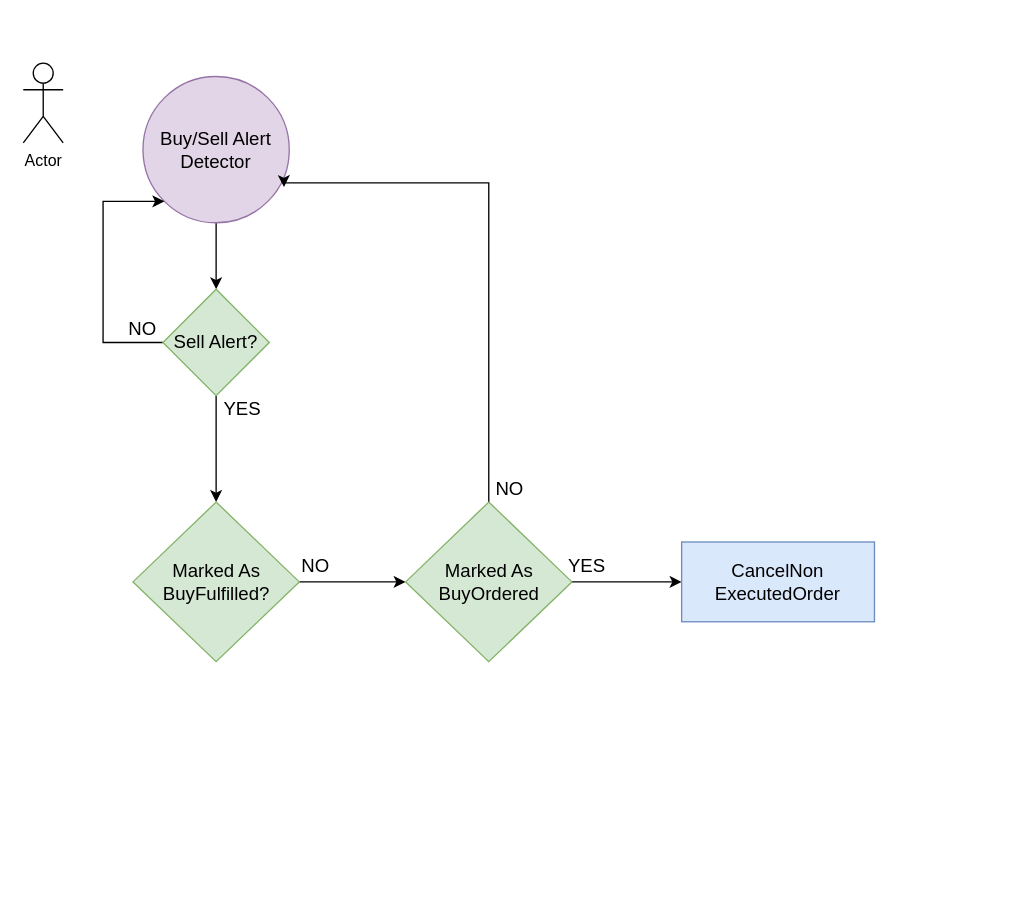
Before: SuperTrend.drawio in haroonjoblo/fulljs, a draw.io diagram. Source tidied: cells renumbered, new cells numbered last; positions are measured from the earlier drawing's top-left corner, leaving out a move shared by most shapes. Both pictures are drawn from the tidied source at 133%, with x=0, y=0 at pixel (23, 63).
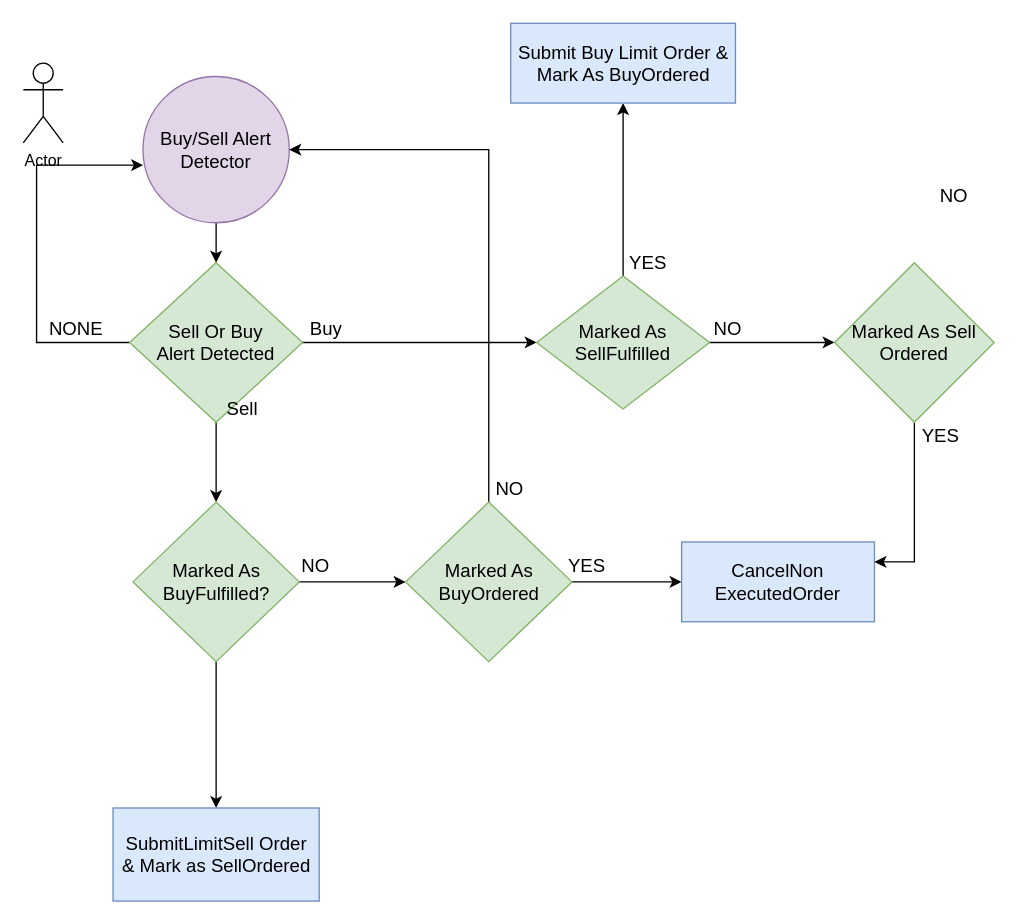
After the change.

Unchanged cells that the change refers to:
```xml
<mxCell id="4" value="&lt;span style=&quot;font-size: 14px;&quot;&gt;Buy/Sell Alert Detector&lt;/span&gt;" style="ellipse;whiteSpace=wrap;html=1;fillColor=#e1d5e7;strokeColor=#9673a6;fontSize=14;" parent="1" vertex="1">
  <mxGeometry x="90" y="10" width="110" height="110" as="geometry" />
</mxCell>
<mxCell id="11" value="Marked As BuyFulfilled?" style="rhombus;whiteSpace=wrap;html=1;strokeColor=#82b366;fillColor=#d5e8d4;fontSize=14;" parent="1" vertex="1">
  <mxGeometry x="82.5" y="330" width="125" height="120" as="geometry" />
</mxCell>
<mxCell id="15" value="Marked As BuyOrdered" style="rhombus;whiteSpace=wrap;html=1;strokeColor=#82b366;fillColor=#d5e8d4;fontSize=14;" parent="1" vertex="1">
  <mxGeometry x="287.5" y="330" width="125" height="120" as="geometry" />
</mxCell>
<mxCell id="16" value="CancelNon ExecutedOrder" style="whiteSpace=wrap;html=1;fontSize=14;strokeColor=#6c8ebf;fillColor=#dae8fc;" parent="1" vertex="1">
  <mxGeometry x="495" y="360" width="145" height="60" as="geometry" />
</mxCell>
```

Diff of the diagram source:
```diff
@@
-    <mxCell id="5" style="edgeStyle=orthogonalEdgeStyle;rounded=0;jettySize=auto;html=1;entryX=0;entryY=1;entryDx=0;entryDy=0;" parent="1" edge="1" source="7" target="4">
+    <mxCell id="5" style="edgeStyle=orthogonalEdgeStyle;rounded=0;jettySize=auto;html=1;entryX=0.001;entryY=0.606;entryDx=0;entryDy=0;entryPerimeter=0;" parent="1" edge="1" source="7" target="4">
       <mxGeometry relative="1" as="geometry">
         <Array as="points">
-          <mxPoint x="60" y="210" />
-          <mxPoint x="60" y="104" />
+          <mxPoint x="10" y="210" />
+          <mxPoint x="10" y="77" />
         </Array>
       </mxGeometry>
     </mxCell>
@@
+    <mxCell id="19" style="edgeStyle=orthogonalEdgeStyle;rounded=0;jettySize=auto;html=1;fontSize=14;" parent="1" edge="1" source="7" target="24">
+      <mxGeometry relative="1" as="geometry" />
+    </mxCell>
-    <mxCell id="7" value="Sell Alert?" style="rhombus;whiteSpace=wrap;html=1;strokeColor=#82b366;fillColor=#d5e8d4;fontSize=14;" parent="1" vertex="1">
-      <mxGeometry x="105" y="170" width="80" height="80" as="geometry" />
+    <mxCell id="7" value="Sell Or Buy &lt;br&gt;Alert Detected" style="rhombus;whiteSpace=wrap;html=1;strokeColor=#82b366;fillColor=#d5e8d4;fontSize=14;" parent="1" vertex="1">
+      <mxGeometry x="80" y="150" width="130" height="120" as="geometry" />
     </mxCell>
-    <mxCell id="8" value="NO" style="text;html=1;strokeColor=none;fillColor=none;align=center;verticalAlign=middle;whiteSpace=wrap;rounded=0;fontSize=14;" parent="1" vertex="1">
-      <mxGeometry x="70" y="190" width="40" height="20" as="geometry" />
+    <mxCell id="8" value="NONE" style="text;html=1;strokeColor=none;fillColor=none;align=center;verticalAlign=middle;whiteSpace=wrap;rounded=0;fontSize=14;" parent="1" vertex="1">
+      <mxGeometry x="20" y="190" width="40" height="20" as="geometry" />
     </mxCell>
-    <mxCell id="9" value="YES" style="text;html=1;strokeColor=none;fillColor=none;align=center;verticalAlign=middle;whiteSpace=wrap;rounded=0;fontSize=14;" parent="1" vertex="1">
+    <mxCell id="9" value="Sell" style="text;html=1;strokeColor=none;fillColor=none;align=center;verticalAlign=middle;whiteSpace=wrap;rounded=0;fontSize=14;" parent="1" vertex="1">
       <mxGeometry x="145" y="250" width="40" height="20" as="geometry" />
     </mxCell>
@@
+    <mxCell id="20" style="edgeStyle=orthogonalEdgeStyle;rounded=0;jettySize=auto;html=1;fontSize=14;" parent="1" edge="1" source="11" target="21">
+      <mxGeometry relative="1" as="geometry" />
+    </mxCell>
@@
-    <mxCell id="14" style="edgeStyle=orthogonalEdgeStyle;rounded=0;jettySize=auto;html=1;fontSize=14;entryX=0.964;entryY=0.756;entryDx=0;entryDy=0;entryPerimeter=0;" parent="1" edge="1" source="15" target="4">
+    <mxCell id="14" style="edgeStyle=orthogonalEdgeStyle;rounded=0;jettySize=auto;html=1;fontSize=14;entryX=1;entryY=0.5;entryDx=0;entryDy=0;" parent="1" edge="1" source="15" target="4">
       <mxGeometry relative="1" as="geometry">
         <Array as="points">
-          <mxPoint x="350" y="90" />
-          <mxPoint x="196" y="90" />
+          <mxPoint x="350" y="65" />
         </Array>
       </mxGeometry>
     </mxCell>
@@
+    <mxCell id="21" value="SubmitLimitSell Order&lt;br&gt;&amp;amp; Mark as SellOrdered" style="whiteSpace=wrap;html=1;fontSize=14;strokeColor=#6c8ebf;fillColor=#dae8fc;" parent="1" vertex="1">
+      <mxGeometry x="67.5" y="560" width="155" height="70" as="geometry" />
+    </mxCell>
+    <mxCell id="22" style="edgeStyle=orthogonalEdgeStyle;rounded=0;jettySize=auto;html=1;fontSize=14;" parent="1" edge="1" source="24" target="27">
+      <mxGeometry relative="1" as="geometry" />
+    </mxCell>
+    <mxCell id="23" style="edgeStyle=orthogonalEdgeStyle;rounded=0;jettySize=auto;html=1;fontSize=14;" parent="1" edge="1" source="24" target="29">
+      <mxGeometry relative="1" as="geometry" />
+    </mxCell>
+    <mxCell id="24" value="Marked As SellFulfilled" style="rhombus;whiteSpace=wrap;html=1;strokeColor=#82b366;fillColor=#d5e8d4;fontSize=14;" parent="1" vertex="1">
+      <mxGeometry x="386" y="160" width="130" height="100" as="geometry" />
+    </mxCell>
+    <mxCell id="25" value="Buy" style="text;html=1;strokeColor=none;fillColor=none;align=center;verticalAlign=middle;whiteSpace=wrap;rounded=0;fontSize=14;" parent="1" vertex="1">
+      <mxGeometry x="207.5" y="190" width="40" height="20" as="geometry" />
+    </mxCell>
+    <mxCell id="26" style="edgeStyle=orthogonalEdgeStyle;rounded=0;jettySize=auto;html=1;entryX=1;entryY=0.25;entryDx=0;entryDy=0;fontSize=14;" parent="1" edge="1" source="27" target="16">
+      <mxGeometry relative="1" as="geometry" />
+    </mxCell>
+    <mxCell id="27" value="Marked As Sell Ordered" style="rhombus;whiteSpace=wrap;html=1;fontSize=14;strokeColor=#82b366;fillColor=#d5e8d4;" parent="1" vertex="1">
+      <mxGeometry x="610" y="150" width="120" height="120" as="geometry" />
+    </mxCell>
+    <mxCell id="28" value="NO" style="text;html=1;strokeColor=none;fillColor=none;align=center;verticalAlign=middle;whiteSpace=wrap;rounded=0;fontSize=14;" parent="1" vertex="1">
+      <mxGeometry x="510" y="190" width="40" height="20" as="geometry" />
+    </mxCell>
+    <mxCell id="29" value="Submit Buy Limit Order &amp;amp; Mark As BuyOrdered" style="whiteSpace=wrap;html=1;fontSize=14;strokeColor=#6c8ebf;fillColor=#dae8fc;" parent="1" vertex="1">
+      <mxGeometry x="366.5" y="-30" width="169" height="60" as="geometry" />
+    </mxCell>
+    <mxCell id="30" value="YES" style="text;html=1;strokeColor=none;fillColor=none;align=center;verticalAlign=middle;whiteSpace=wrap;rounded=0;fontSize=14;" parent="1" vertex="1">
+      <mxGeometry x="450" y="140" width="40" height="20" as="geometry" />
+    </mxCell>
+    <mxCell id="31" value="NO" style="text;html=1;strokeColor=none;fillColor=none;align=center;verticalAlign=middle;whiteSpace=wrap;rounded=0;fontSize=14;" parent="1" vertex="1">
+      <mxGeometry x="680" y="90" width="40" height="20" as="geometry" />
+    </mxCell>
+    <mxCell id="32" value="YES" style="text;html=1;strokeColor=none;fillColor=none;align=center;verticalAlign=middle;whiteSpace=wrap;rounded=0;fontSize=14;" parent="1" vertex="1">
+      <mxGeometry x="670" y="270" width="40" height="20" as="geometry" />
+    </mxCell>
```
